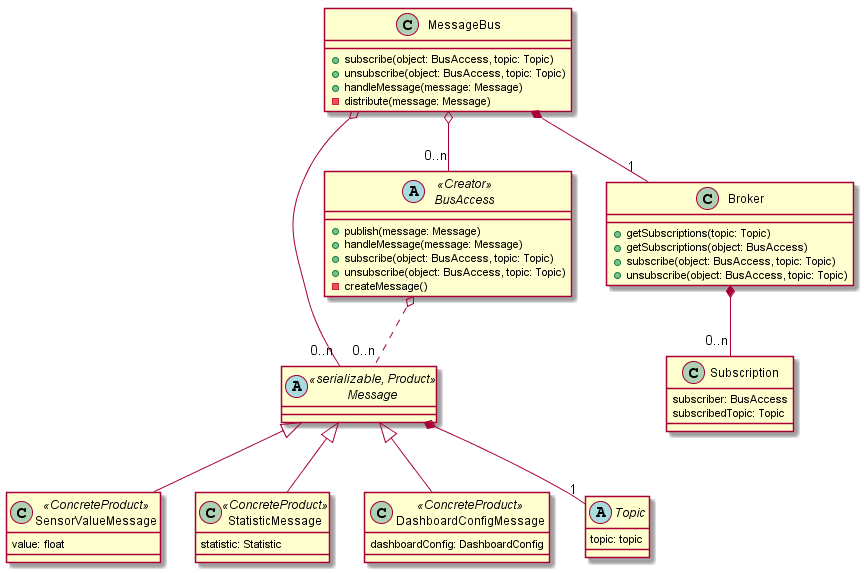
Earlier version of the PlantUML export Entwurf/diagrams/Bus.png (uzdry/PSE).
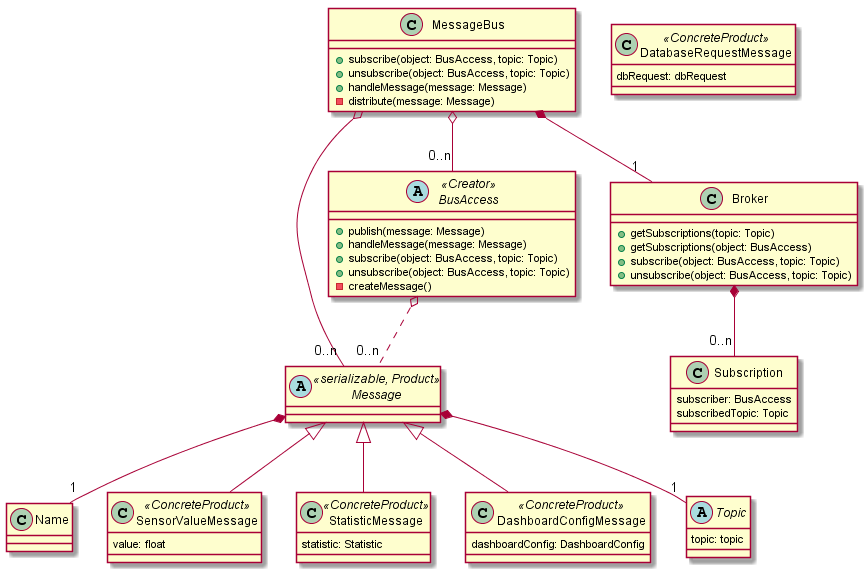
Above is the later version.

What changed in the source:
```diff
@@ -1,4 +1,9 @@
 @startuml
+
+class Name {
+}
+
+Message *-- "1" Name
 
 abstract class  Message << serializable, Product >> {
 }
@@ -9,6 +14,10 @@
 
 class StatisticMessage << ConcreteProduct >> {
 	statistic: Statistic
+}
+
+class DatabaseRequestMessage <<ConcreteProduct >> {
+	dbRequest: dbRequest
 }
 
 class DashboardConfigMessage << ConcreteProduct >> {
```
